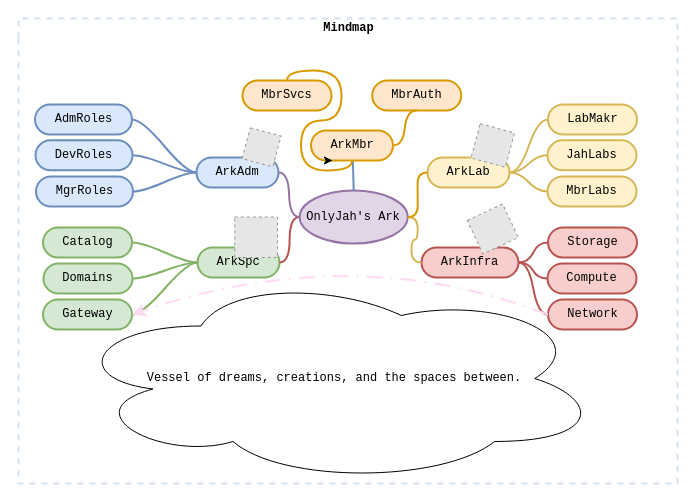
The draw.io diagram diagrams/OnlyJah_Ark_Mindmap.drawio in onlyjah/log, before the edit. Source tidied: cells renumbered, new cells numbered last; positions are measured from the earlier drawing's top-left corner, leaving out a move shared by most shapes. Both pictures are drawn from the tidied source at 100%, with x=0, y=0 at pixel (18, 18). Pictures stored in the file or linked from it are replaced by grey dashed boxes.
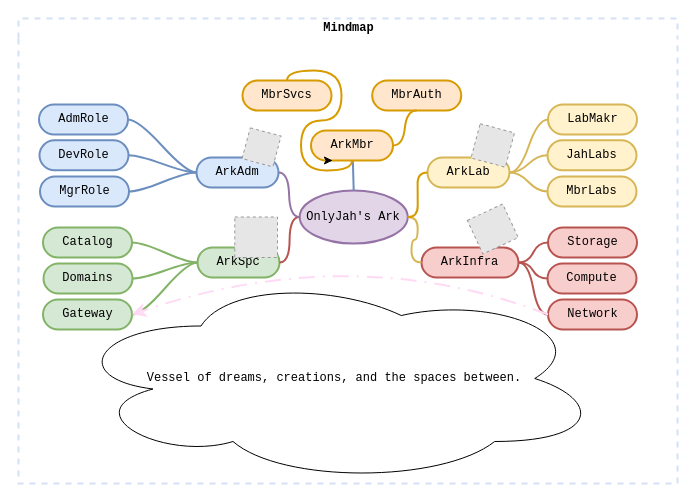
Above is the later version.

Unchanged cells that the change refers to:
```xml
<mxCell id="2" value="Mindmap" style="swimlane;html=1;startSize=20;horizontal=1;containerType=tree;labelBackgroundColor=none;strokeColor=#D4E1F5;strokeWidth=2;fillColor=none;fontFamily=Courier New;fontSize=12;swimlaneLine=0;dashed=1;" parent="1" vertex="1">
  <mxGeometry width="659" height="465" as="geometry" />
</mxCell>
```

Change to the diagram source:
```diff
@@
-    <mxCell id="33" value="MgrRoles" style="whiteSpace=wrap;html=1;rounded=1;arcSize=50;align=center;verticalAlign=middle;strokeWidth=2;spacing=4;fontSize=12;fillColor=#dae8fc;strokeColor=#6c8ebf;fontFamily=Courier New;" parent="2" vertex="1">
-      <mxGeometry x="17.5" y="158" width="97" height="30" as="geometry" />
+    <mxCell id="33" value="MgrRole" style="whiteSpace=wrap;html=1;rounded=1;arcSize=50;align=center;verticalAlign=middle;strokeWidth=2;spacing=4;fontSize=12;fillColor=#dae8fc;strokeColor=#6c8ebf;fontFamily=Courier New;" parent="2" vertex="1">
+      <mxGeometry x="21.5" y="158" width="89" height="30" as="geometry" />
     </mxCell>
@@
-    <mxCell id="35" value="DevRoles" style="whiteSpace=wrap;html=1;rounded=1;arcSize=50;align=center;verticalAlign=middle;strokeWidth=2;spacing=4;fontSize=12;fillColor=#dae8fc;strokeColor=#6c8ebf;fontFamily=Courier New;" parent="2" vertex="1">
-      <mxGeometry x="17" y="121.8" width="97" height="30" as="geometry" />
+    <mxCell id="35" value="DevRole" style="whiteSpace=wrap;html=1;rounded=1;arcSize=50;align=center;verticalAlign=middle;strokeWidth=2;spacing=4;fontSize=12;fillColor=#dae8fc;strokeColor=#6c8ebf;fontFamily=Courier New;" parent="2" vertex="1">
+      <mxGeometry x="21" y="121.8" width="89" height="30" as="geometry" />
     </mxCell>
@@
-    <mxCell id="37" value="AdmRoles" style="whiteSpace=wrap;html=1;rounded=1;arcSize=50;align=center;verticalAlign=middle;strokeWidth=2;spacing=4;fontSize=12;fillColor=#dae8fc;strokeColor=#6c8ebf;fontFamily=Courier New;" parent="2" vertex="1" collapsed="1">
-      <mxGeometry x="16.5" y="86" width="97" height="30" as="geometry" />
+    <mxCell id="37" value="AdmRole" style="whiteSpace=wrap;html=1;rounded=1;arcSize=50;align=center;verticalAlign=middle;strokeWidth=2;spacing=4;fontSize=12;fillColor=#dae8fc;strokeColor=#6c8ebf;fontFamily=Courier New;" parent="2" vertex="1" collapsed="1">
+      <mxGeometry x="20.5" y="86" width="89" height="30" as="geometry" />
     </mxCell>
```
